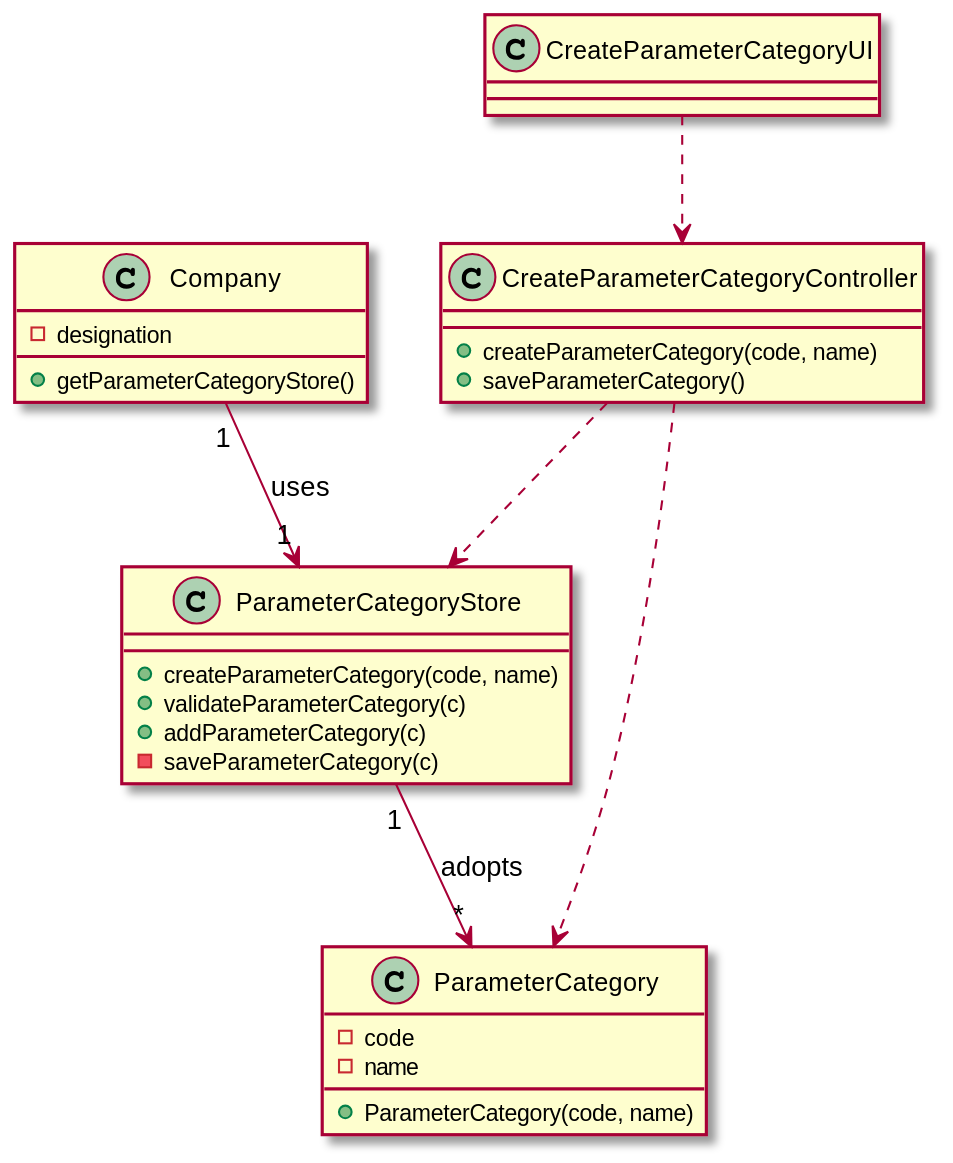
This is docs/SprintB/US11/US11-CD.svg from manu-07-ela/LAPR2_ISEP, a PlantUML export, as it was before one commit.
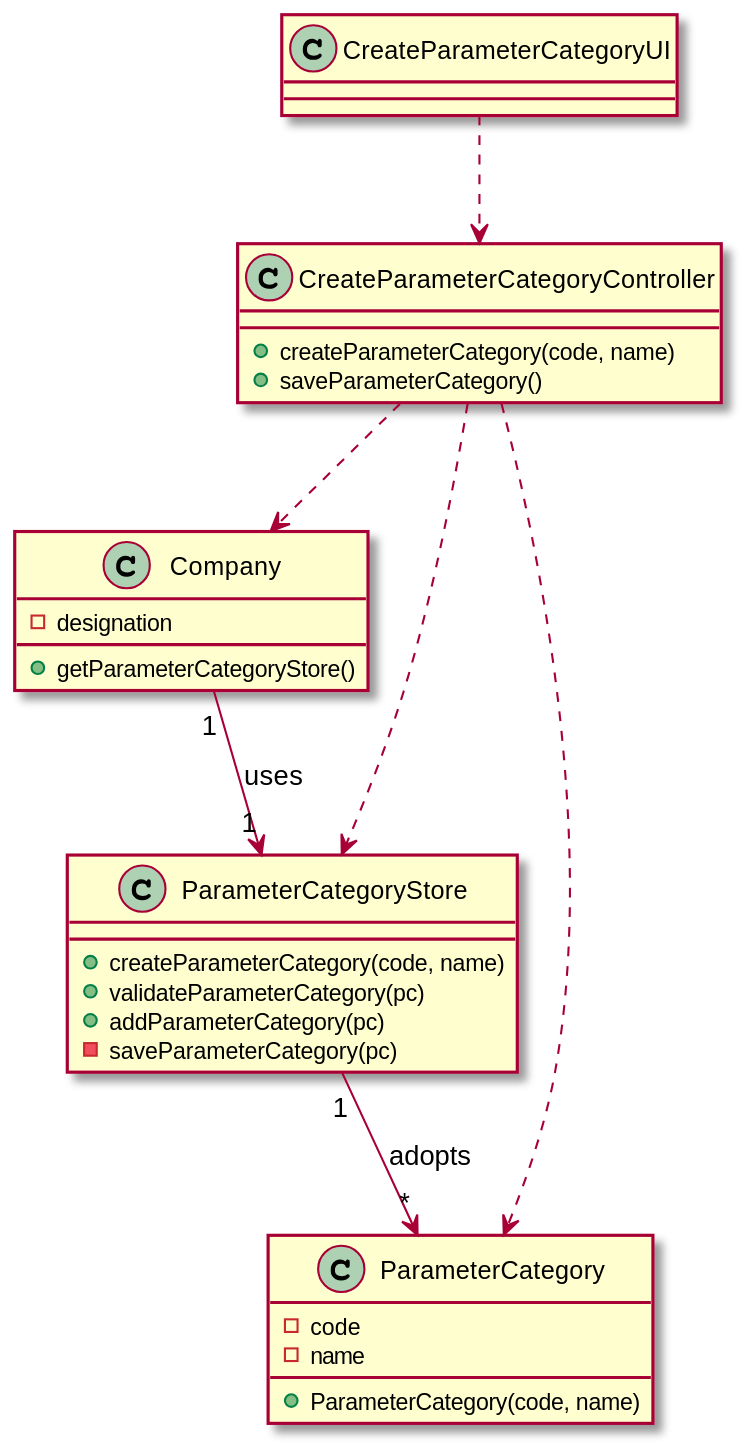
After the change.

What changed in the source:
```diff
@@ -18,9 +18,9 @@
 
 class ParameterCategoryStore{
 +createParameterCategory(code, name)
-+validateParameterCategory(c)
-+addParameterCategory(c)
--saveParameterCategory(c)
++validateParameterCategory(pc)
++addParameterCategory(pc)
+-saveParameterCategory(pc)
 }
 
 
@@ -31,6 +31,7 @@
 }
 
 Company "1"-->"1" ParameterCategoryStore : uses
+CreateParameterCategoryController ..> Company
 CreateParameterCategoryUI ..> CreateParameterCategoryController
 CreateParameterCategoryController ..> ParameterCategory
 ParameterCategoryStore "1"-->"*" ParameterCategory : adopts
```
